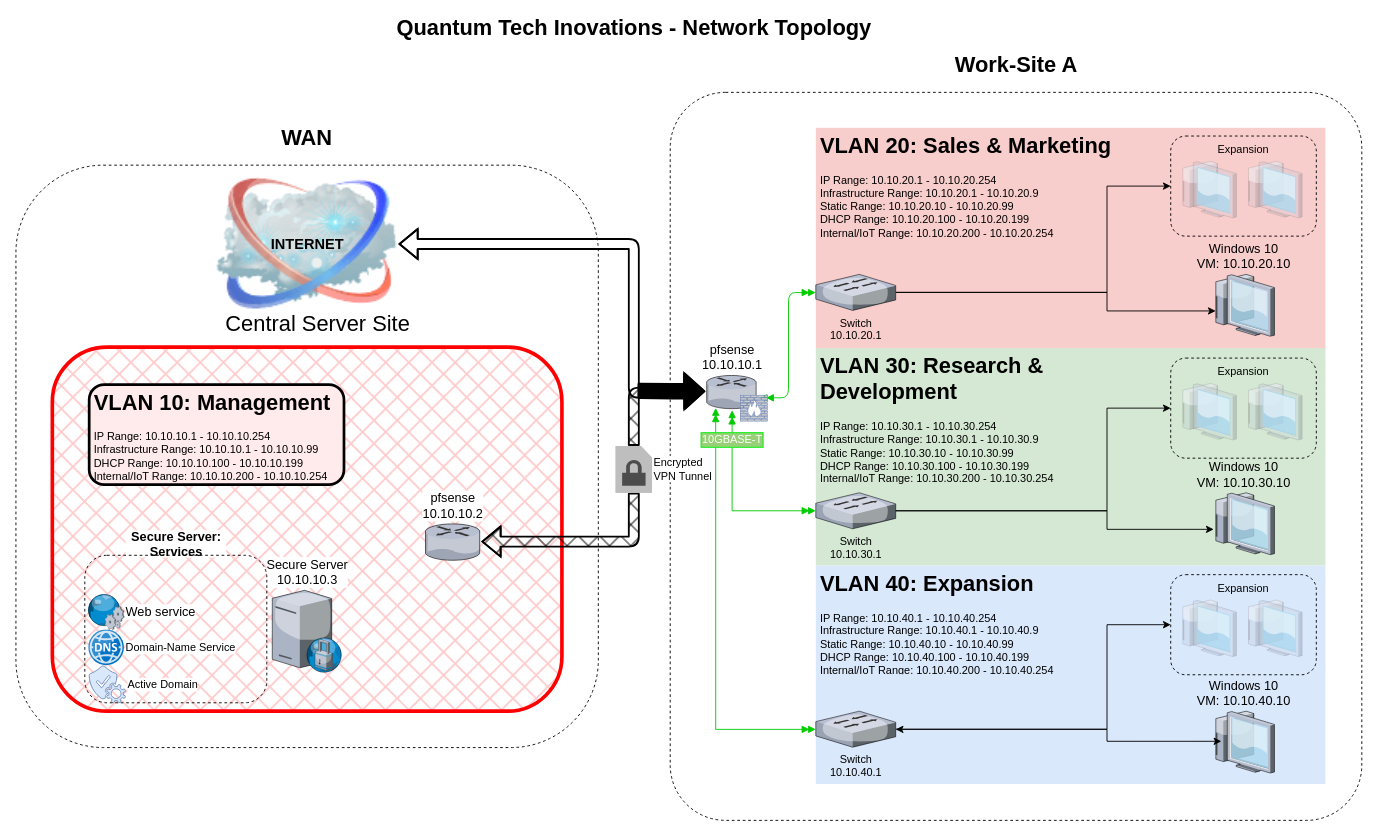
JingLbyte/documentation keeps this draw.io diagram as initial.drawio. Above is the earlier version. Source tidied: cells renumbered, new cells numbered last; positions are measured from the earlier drawing's top-left corner, leaving out a move shared by most shapes. Both pictures are drawn from the tidied source at 91%, with x=0, y=0 at pixel (15, 19).
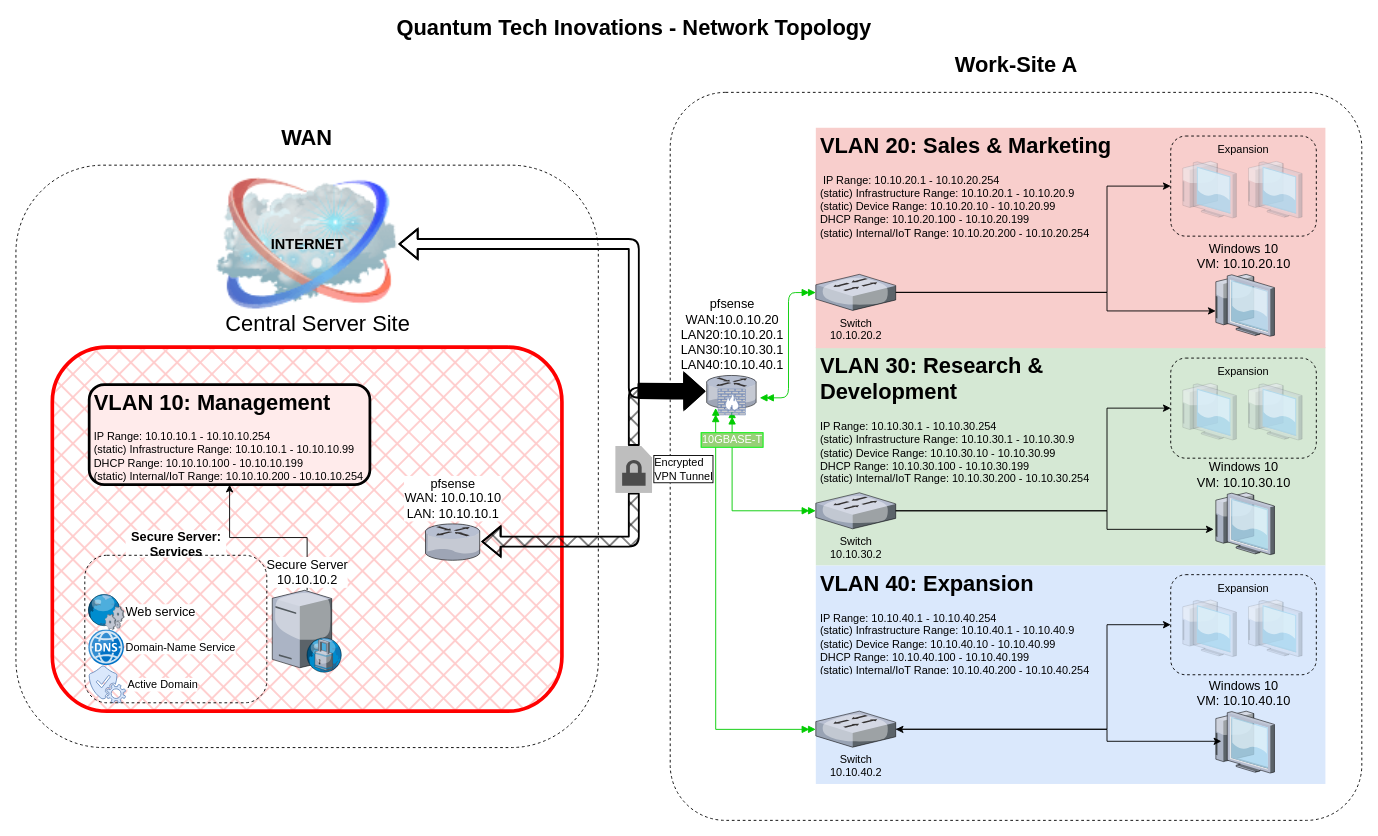
The same page after the edit.

The edit, as a diff of the source:
```diff
@@
-    <mxCell id="9" value="pfsense&lt;br&gt;10.10.10.1" style="verticalLabelPosition=top;html=1;verticalAlign=bottom;strokeColor=none;shape=mxgraph.citrix.router;fillColor=#66B2FF;gradientColor=#0066CC;fontSize=14;labelPosition=center;align=center;" parent="1" vertex="1">
+    <mxCell id="9" value="pfsense&lt;br&gt;WAN:10.0.10.20&lt;br&gt;LAN20:10.10.20.1&lt;br&gt;LAN30:10.10.30.1&lt;br&gt;LAN40:10.10.40.1" style="verticalLabelPosition=top;html=1;verticalAlign=bottom;strokeColor=none;shape=mxgraph.citrix.router;fillColor=#66B2FF;gradientColor=#0066CC;fontSize=14;labelPosition=center;align=center;" parent="1" vertex="1">
       <mxGeometry x="759" y="391.1" width="55" height="36.5" as="geometry" />
     </mxCell>
@@
     <mxCell id="11" style="fontColor=#0066CC;verticalAlign=top;verticalLabelPosition=bottom;labelPosition=center;align=center;html=1;fillColor=#CCCCCC;strokeColor=#6881B3;gradientColor=none;gradientDirection=north;strokeWidth=2;shape=mxgraph.networks.firewall;" parent="1" vertex="1">
-      <mxGeometry x="796" y="412.8" width="30" height="28.5" as="geometry" />
+      <mxGeometry x="771.5" y="406" width="30" height="28.5" as="geometry" />
     </mxCell>
@@
-    <mxCell id="16" value="&lt;h1&gt;VLAN 20: Sales &amp;amp; Marketing&lt;/h1&gt;&lt;p&gt;IP Range: 10.10.20.1 - 10.10.20.254&lt;br&gt;Infrastructure Range: 10.10.20.1 - 10.10.20.9&lt;br&gt;Static Range: 10.10.20.10 - 10.10.20.99&lt;br&gt;DHCP Range: 10.10.20.100 - 10.10.20.199&lt;br&gt;Internal/IoT Range: 10.10.20.200 - 10.10.20.254&lt;br&gt;&lt;br&gt;&lt;/p&gt;" style="text;html=1;strokeColor=none;fillColor=none;spacing=5;spacingTop=-20;whiteSpace=wrap;overflow=hidden;rounded=0;" parent="1" vertex="1">
+    <mxCell id="16" value="&lt;h1&gt;VLAN 20: Sales &amp;amp; Marketing&lt;/h1&gt;&lt;p&gt;&amp;nbsp;IP Range: 10.10.20.1 - 10.10.20.254&lt;br&gt;(static) Infrastructure Range: 10.10.20.1 - 10.10.20.9&lt;br&gt;(static) Device Range: 10.10.20.10 - 10.10.20.99&lt;br&gt;DHCP Range: 10.10.20.100 - 10.10.20.199&lt;br&gt;(static) Internal/IoT Range: 10.10.20.200 - 10.10.20.254&lt;br&gt;&lt;/p&gt;" style="text;html=1;strokeColor=none;fillColor=none;spacing=5;spacingTop=-20;whiteSpace=wrap;overflow=hidden;rounded=0;" parent="1" vertex="1">
       <mxGeometry x="879" y="118.9" width="330" height="130" as="geometry" />
     </mxCell>
@@
-    <mxCell id="18" value="Switch&lt;br&gt;10.10.20.1" style="verticalLabelPosition=bottom;sketch=0;html=1;verticalAlign=top;strokeColor=none;align=center;outlineConnect=0;shape=mxgraph.citrix.switch;" parent="1" vertex="1">
+    <mxCell id="18" value="Switch&lt;br&gt;10.10.20.2" style="verticalLabelPosition=bottom;sketch=0;html=1;verticalAlign=top;strokeColor=none;align=center;outlineConnect=0;shape=mxgraph.citrix.switch;" parent="1" vertex="1">
       <mxGeometry x="879" y="280" width="87.8" height="39.6" as="geometry" />
     </mxCell>
@@
-    <mxCell id="20" value="Switch&lt;br&gt;10.10.30.1" style="verticalLabelPosition=bottom;sketch=0;html=1;verticalAlign=top;strokeColor=none;align=center;outlineConnect=0;shape=mxgraph.citrix.switch;" parent="1" vertex="1">
+    <mxCell id="20" value="Switch&lt;br&gt;10.10.30.2" style="verticalLabelPosition=bottom;sketch=0;html=1;verticalAlign=top;strokeColor=none;align=center;outlineConnect=0;shape=mxgraph.citrix.switch;" parent="1" vertex="1">
       <mxGeometry x="879" y="520" width="87.8" height="39.6" as="geometry" />
     </mxCell>
@@
-    <mxCell id="25" value="Switch&lt;br&gt;10.10.40.1" style="verticalLabelPosition=bottom;sketch=0;html=1;verticalAlign=top;strokeColor=none;align=center;outlineConnect=0;shape=mxgraph.citrix.switch;" parent="1" vertex="1">
+    <mxCell id="25" value="Switch&lt;br&gt;10.10.40.2" style="verticalLabelPosition=bottom;sketch=0;html=1;verticalAlign=top;strokeColor=none;align=center;outlineConnect=0;shape=mxgraph.citrix.switch;" parent="1" vertex="1">
       <mxGeometry x="879" y="760" width="87.8" height="39.6" as="geometry" />
     </mxCell>
-    <mxCell id="26" value="&lt;h1&gt;VLAN 40: Expansion&lt;/h1&gt;&lt;p&gt;IP Range: 10.10.40.1 - 10.10.40.254&lt;br&gt;Infrastructure Range: 10.10.40.1 - 10.10.40.9&lt;br&gt;Static Range: 10.10.40.10 - 10.10.40.99&lt;br&gt;DHCP Range: 10.10.40.100 - 10.10.40.199&lt;br&gt;Internal/IoT Range: 10.10.40.200 - 10.10.40.254&lt;br&gt;&lt;br&gt;&lt;/p&gt;" style="text;html=1;strokeColor=none;fillColor=none;spacing=5;spacingTop=-20;whiteSpace=wrap;overflow=hidden;rounded=0;" parent="1" vertex="1">
-      <mxGeometry x="879" y="600" width="280" height="120" as="geometry" />
+    <mxCell id="26" value="&lt;h1&gt;VLAN 40: Expansion&lt;/h1&gt;&lt;p&gt;IP Range: 10.10.40.1 - 10.10.40.254&lt;br&gt;(static) Infrastructure Range: 10.10.40.1 - 10.10.40.9&lt;br&gt;(static) Device Range: 10.10.40.10 - 10.10.40.99&lt;br&gt;DHCP Range: 10.10.40.100 - 10.10.40.199&lt;br&gt;(static) Internal/IoT Range: 10.10.40.200 - 10.10.40.254&lt;br&gt;&lt;br&gt;&lt;/p&gt;" style="text;html=1;strokeColor=none;fillColor=none;spacing=5;spacingTop=-20;whiteSpace=wrap;overflow=hidden;rounded=0;" parent="1" vertex="1">
+      <mxGeometry x="879" y="600" width="315" height="120" as="geometry" />
     </mxCell>
-    <mxCell id="27" value="&lt;h1&gt;VLAN 30: Research &amp;amp; Development&lt;br&gt;&lt;/h1&gt;&lt;p&gt;IP Range: 10.10.30.1 - 10.10.30.254&lt;br&gt;Infrastructure Range: 10.10.30.1 - 10.10.30.9&lt;br&gt;Static Range: 10.10.30.10 - 10.10.30.99&lt;br&gt;DHCP Range: 10.10.30.100 - 10.10.30.199&lt;br&gt;Internal/IoT Range: 10.10.30.200 - 10.10.30.254&lt;br&gt;&lt;br&gt;&lt;/p&gt;" style="text;html=1;strokeColor=none;fillColor=none;spacing=5;spacingTop=-20;whiteSpace=wrap;overflow=hidden;rounded=0;" parent="1" vertex="1">
-      <mxGeometry x="879" y="361.1" width="270" height="150" as="geometry" />
+    <mxCell id="27" value="&lt;h1&gt;VLAN 30: Research &amp;amp; Development&lt;br&gt;&lt;/h1&gt;&lt;p&gt;IP Range: 10.10.30.1 - 10.10.30.254&lt;br&gt;(static) Infrastructure Range: 10.10.30.1 - 10.10.30.9&lt;br&gt;(static) Device Range: 10.10.30.10 - 10.10.30.99&lt;br&gt;DHCP Range: 10.10.30.100 - 10.10.30.199&lt;br&gt;(static) Internal/IoT Range: 10.10.30.200 - 10.10.30.254&lt;br&gt;&lt;/p&gt;" style="text;html=1;strokeColor=none;fillColor=none;spacing=5;spacingTop=-20;whiteSpace=wrap;overflow=hidden;rounded=0;" parent="1" vertex="1">
+      <mxGeometry x="879" y="361.1" width="309" height="150" as="geometry" />
     </mxCell>
@@
-    <mxCell id="50" value="pfsense&lt;br&gt;10.10.10.2" style="verticalLabelPosition=top;html=1;verticalAlign=bottom;strokeColor=none;shape=mxgraph.citrix.router;fillColor=#66B2FF;gradientColor=#0066CC;fontSize=14;labelPosition=center;align=center;labelBackgroundColor=default;" parent="1" vertex="1">
+    <mxCell id="50" value="pfsense&lt;br&gt;WAN: 10.0.10.10&lt;br&gt;LAN: 10.10.10.1" style="verticalLabelPosition=top;html=1;verticalAlign=bottom;strokeColor=none;shape=mxgraph.citrix.router;fillColor=#66B2FF;gradientColor=#0066CC;fontSize=14;labelPosition=center;align=center;labelBackgroundColor=default;" parent="1" vertex="1">
       <mxGeometry x="450" y="554.2" width="60.3" height="40" as="geometry" />
     </mxCell>
-    <mxCell id="51" value="&lt;h1&gt;VLAN 10: Management&lt;/h1&gt;&lt;p&gt;IP Range: 10.10.10.1 - 10.10.10.254&lt;br&gt;Infrastructure Range: 10.10.10.1 - 10.10.10.99&lt;br&gt;DHCP Range: 10.10.10.100 - 10.10.10.199&lt;br&gt;Internal/IoT Range: 10.10.10.200 - 10.10.10.254&lt;br&gt;&lt;br&gt;&lt;/p&gt;" style="text;html=1;strokeColor=default;fillColor=#FFEBEB;spacing=5;spacingTop=-20;whiteSpace=wrap;overflow=hidden;rounded=1;labelBackgroundColor=none;strokeWidth=3;" parent="1" vertex="1">
-      <mxGeometry x="80.5" y="401.1" width="280" height="110" as="geometry" />
+    <mxCell id="51" value="&lt;h1&gt;VLAN 10: Management&lt;/h1&gt;&lt;p&gt;IP Range: 10.10.10.1 - 10.10.10.254&lt;br&gt;(static) Infrastructure Range: 10.10.10.1 - 10.10.10.99&lt;br&gt;DHCP Range: 10.10.10.100 - 10.10.10.199&lt;br&gt;(static) Internal/IoT Range: 10.10.10.200 - 10.10.10.254&lt;br&gt;&lt;br&gt;&lt;/p&gt;" style="text;html=1;strokeColor=default;fillColor=#FFEBEB;spacing=5;spacingTop=-20;whiteSpace=wrap;overflow=hidden;rounded=1;labelBackgroundColor=none;strokeWidth=3;" parent="1" vertex="1">
+      <mxGeometry x="80.5" y="401.1" width="308.5" height="110" as="geometry" />
     </mxCell>
+    <mxCell id="62" style="edgeStyle=orthogonalEdgeStyle;rounded=0;jettySize=auto;html=1;" parent="1" edge="1" source="52" target="51">
+      <mxGeometry relative="1" as="geometry" />
+    </mxCell>
-    <mxCell id="52" value="Secure Server&lt;br&gt;10.10.10.3" style="verticalLabelPosition=top;html=1;verticalAlign=bottom;strokeColor=none;shape=mxgraph.citrix.proxy_server;fillColor=#66B2FF;gradientColor=#0066CC;fontSize=14;labelPosition=center;align=center;labelBackgroundColor=default;" parent="1" vertex="1">
+    <mxCell id="52" value="Secure Server&lt;br&gt;10.10.10.2" style="verticalLabelPosition=top;html=1;verticalAlign=bottom;strokeColor=none;shape=mxgraph.citrix.proxy_server;fillColor=#66B2FF;gradientColor=#0066CC;fontSize=14;labelPosition=center;align=center;labelBackgroundColor=default;" parent="1" vertex="1">
       <mxGeometry x="281.7" y="627.2" width="76.5" height="90" as="geometry" />
     </mxCell>
@@
-    <mxCell id="61" value="Encrypted &lt;br&gt;VPN Tunnel" style="outlineConnect=0;dashed=0;verticalLabelPosition=middle;verticalAlign=middle;align=left;html=1;shape=mxgraph.aws3.encrypted_data;fillColor=#7D7C7C;gradientColor=none;labelPosition=right;labelBackgroundColor=default;" parent="1" vertex="1">
+    <mxCell id="61" value="Encrypted &lt;br&gt;VPN Tunnel" style="outlineConnect=0;dashed=0;verticalLabelPosition=middle;verticalAlign=middle;align=left;html=1;shape=mxgraph.aws3.encrypted_data;fillColor=#7D7C7C;gradientColor=none;labelPosition=right;labelBackgroundColor=default;labelBorderColor=default;" parent="1" vertex="1">
       <mxGeometry x="659" y="468.5" width="40" height="51.5" as="geometry" />
     </mxCell>
```
